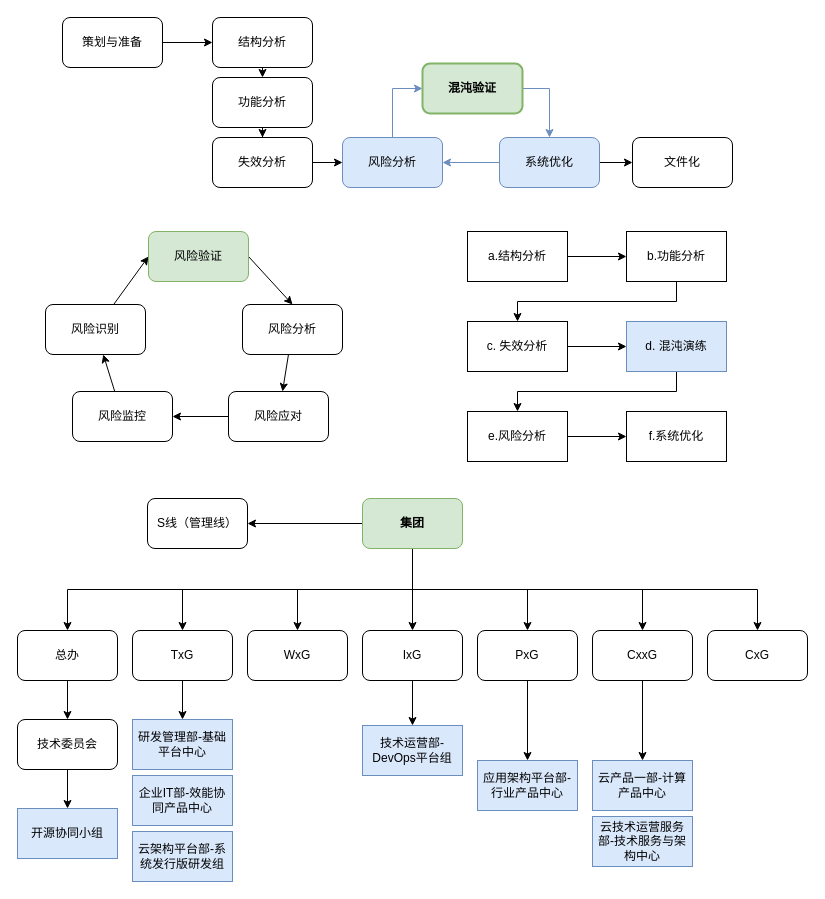
Earlier version of the draw.io diagram 混沌驱动FMEA的改进飞轮.drawio (89ao/rss2cubox). Source tidied: cells renumbered, new cells numbered last; positions are measured from the earlier drawing's top-left corner, leaving out a move shared by most shapes. Both pictures are drawn from the tidied source at 100%, with x=0, y=0 at pixel (17, 17).
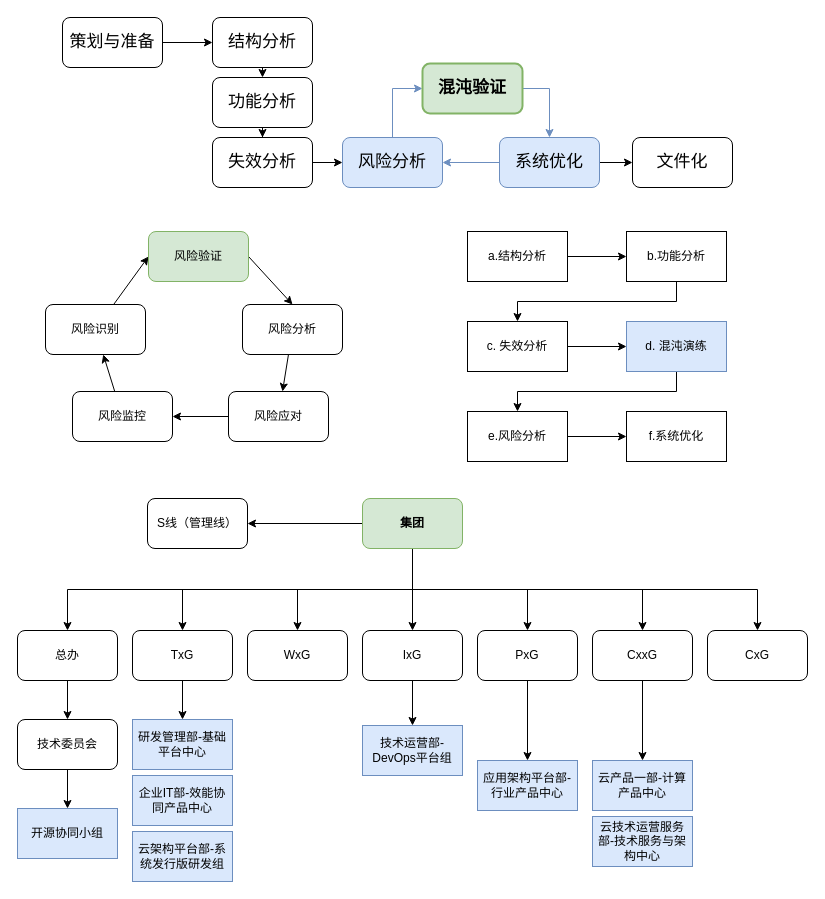
Above is the later version.

Commit message:
更新混沌驱动FMEA的改进飞轮.drawio

Change to the diagram source:
```diff
@@
-    <mxCell id="2" style="edgeStyle=orthogonalEdgeStyle;rounded=0;jettySize=auto;html=1;entryX=0;entryY=0.5;entryDx=0;entryDy=0;" parent="1" edge="1" source="3" target="5">
+    <mxCell id="2" style="edgeStyle=orthogonalEdgeStyle;rounded=0;jettySize=auto;html=1;entryX=0;entryY=0.5;entryDx=0;entryDy=0;fontSize=17;" parent="1" edge="1" source="3" target="5">
       <mxGeometry relative="1" as="geometry" />
     </mxCell>
-    <mxCell id="3" value="策划与准备" style="rounded=1;whiteSpace=wrap;html=1;" parent="1" vertex="1">
+    <mxCell id="3" value="策划与准备" style="rounded=1;whiteSpace=wrap;html=1;fontSize=17;" parent="1" vertex="1">
       <mxGeometry x="45" width="100" height="50" as="geometry" />
     </mxCell>
-    <mxCell id="4" style="edgeStyle=orthogonalEdgeStyle;rounded=0;jettySize=auto;html=1;exitX=0.5;exitY=1;exitDx=0;exitDy=0;entryX=0.5;entryY=0;entryDx=0;entryDy=0;" parent="1" edge="1" source="5" target="7">
+    <mxCell id="4" style="edgeStyle=orthogonalEdgeStyle;rounded=0;jettySize=auto;html=1;exitX=0.5;exitY=1;exitDx=0;exitDy=0;entryX=0.5;entryY=0;entryDx=0;entryDy=0;fontSize=17;" parent="1" edge="1" source="5" target="7">
       <mxGeometry relative="1" as="geometry" />
     </mxCell>
-    <mxCell id="5" value="结构分析" style="rounded=1;whiteSpace=wrap;html=1;" parent="1" vertex="1">
+    <mxCell id="5" value="结构分析" style="rounded=1;whiteSpace=wrap;html=1;fontSize=17;" parent="1" vertex="1">
       <mxGeometry x="195" width="100" height="50" as="geometry" />
     </mxCell>
-    <mxCell id="6" style="edgeStyle=orthogonalEdgeStyle;rounded=0;jettySize=auto;html=1;exitX=0.5;exitY=1;exitDx=0;exitDy=0;" parent="1" edge="1" source="7" target="9">
+    <mxCell id="6" style="edgeStyle=orthogonalEdgeStyle;rounded=0;jettySize=auto;html=1;exitX=0.5;exitY=1;exitDx=0;exitDy=0;fontSize=17;" parent="1" edge="1" source="7" target="9">
       <mxGeometry relative="1" as="geometry" />
     </mxCell>
-    <mxCell id="7" value="功能分析" style="rounded=1;whiteSpace=wrap;html=1;" parent="1" vertex="1">
+    <mxCell id="7" value="功能分析" style="rounded=1;whiteSpace=wrap;html=1;fontSize=17;" parent="1" vertex="1">
       <mxGeometry x="195" y="60" width="100" height="50" as="geometry" />
     </mxCell>
-    <mxCell id="8" style="edgeStyle=orthogonalEdgeStyle;rounded=0;jettySize=auto;html=1;" parent="1" edge="1" source="9" target="11">
+    <mxCell id="8" style="edgeStyle=orthogonalEdgeStyle;rounded=0;jettySize=auto;html=1;fontSize=17;" parent="1" edge="1" source="9" target="11">
       <mxGeometry relative="1" as="geometry" />
     </mxCell>
-    <mxCell id="9" value="失效分析" style="rounded=1;whiteSpace=wrap;html=1;" parent="1" vertex="1">
+    <mxCell id="9" value="失效分析" style="rounded=1;whiteSpace=wrap;html=1;fontSize=17;" parent="1" vertex="1">
       <mxGeometry x="195" y="120" width="100" height="50" as="geometry" />
     </mxCell>
-    <mxCell id="10" style="edgeStyle=orthogonalEdgeStyle;rounded=0;jettySize=auto;html=1;entryX=0;entryY=0.5;entryDx=0;entryDy=0;fillColor=#dae8fc;strokeColor=#6c8ebf;" parent="1" edge="1" source="11" target="17">
+    <mxCell id="10" style="edgeStyle=orthogonalEdgeStyle;rounded=0;jettySize=auto;html=1;entryX=0;entryY=0.5;entryDx=0;entryDy=0;fillColor=#dae8fc;strokeColor=#6c8ebf;fontSize=17;" parent="1" edge="1" source="11" target="17">
       <mxGeometry relative="1" as="geometry" />
     </mxCell>
-    <mxCell id="11" value="风险分析" style="rounded=1;whiteSpace=wrap;html=1;fillColor=#dae8fc;strokeColor=#6c8ebf;" parent="1" vertex="1">
+    <mxCell id="11" value="风险分析" style="rounded=1;whiteSpace=wrap;html=1;fillColor=#dae8fc;strokeColor=#6c8ebf;fontSize=17;" parent="1" vertex="1">
       <mxGeometry x="325" y="120" width="100" height="50" as="geometry" />
     </mxCell>
-    <mxCell id="12" style="edgeStyle=orthogonalEdgeStyle;rounded=0;jettySize=auto;html=1;exitX=1;exitY=0.5;exitDx=0;exitDy=0;entryX=0;entryY=0.5;entryDx=0;entryDy=0;" parent="1" edge="1" source="14" target="15">
+    <mxCell id="12" style="edgeStyle=orthogonalEdgeStyle;rounded=0;jettySize=auto;html=1;exitX=1;exitY=0.5;exitDx=0;exitDy=0;entryX=0;entryY=0.5;entryDx=0;entryDy=0;fontSize=17;" parent="1" edge="1" source="14" target="15">
       <mxGeometry relative="1" as="geometry" />
     </mxCell>
-    <mxCell id="13" style="edgeStyle=orthogonalEdgeStyle;rounded=0;jettySize=auto;html=1;fillColor=#dae8fc;strokeColor=#6c8ebf;" parent="1" edge="1" source="14" target="11">
+    <mxCell id="13" style="edgeStyle=orthogonalEdgeStyle;rounded=0;jettySize=auto;html=1;fillColor=#dae8fc;strokeColor=#6c8ebf;fontSize=17;" parent="1" edge="1" source="14" target="11">
       <mxGeometry relative="1" as="geometry" />
     </mxCell>
-    <mxCell id="14" value="系统优化" style="rounded=1;whiteSpace=wrap;html=1;fillColor=#dae8fc;strokeColor=#6c8ebf;" parent="1" vertex="1">
+    <mxCell id="14" value="系统优化" style="rounded=1;whiteSpace=wrap;html=1;fillColor=#dae8fc;strokeColor=#6c8ebf;fontSize=17;" parent="1" vertex="1">
       <mxGeometry x="482" y="120" width="100" height="50" as="geometry" />
     </mxCell>
-    <mxCell id="15" value="文件化" style="rounded=1;whiteSpace=wrap;html=1;" parent="1" vertex="1">
+    <mxCell id="15" value="文件化" style="rounded=1;whiteSpace=wrap;html=1;fontSize=17;" parent="1" vertex="1">
       <mxGeometry x="615" y="120" width="100" height="50" as="geometry" />
     </mxCell>
-    <mxCell id="16" style="edgeStyle=orthogonalEdgeStyle;rounded=0;jettySize=auto;html=1;exitX=1;exitY=0.5;exitDx=0;exitDy=0;entryX=0.5;entryY=0;entryDx=0;entryDy=0;fillColor=#dae8fc;strokeColor=#6c8ebf;" parent="1" edge="1" source="17" target="14">
+    <mxCell id="16" style="edgeStyle=orthogonalEdgeStyle;rounded=0;jettySize=auto;html=1;exitX=1;exitY=0.5;exitDx=0;exitDy=0;entryX=0.5;entryY=0;entryDx=0;entryDy=0;fillColor=#dae8fc;strokeColor=#6c8ebf;fontSize=17;" parent="1" edge="1" source="17" target="14">
       <mxGeometry relative="1" as="geometry" />
     </mxCell>
-    <mxCell id="17" value="混沌验证" style="rounded=1;whiteSpace=wrap;html=1;fillColor=#d5e8d4;strokeColor=#82b366;fontStyle=1;strokeWidth=2;" parent="1" vertex="1">
+    <mxCell id="17" value="混沌验证" style="rounded=1;whiteSpace=wrap;html=1;fillColor=#d5e8d4;strokeColor=#82b366;fontStyle=1;strokeWidth=2;fontSize=17;" parent="1" vertex="1">
       <mxGeometry x="405" y="46" width="100" height="50" as="geometry" />
     </mxCell>
```
